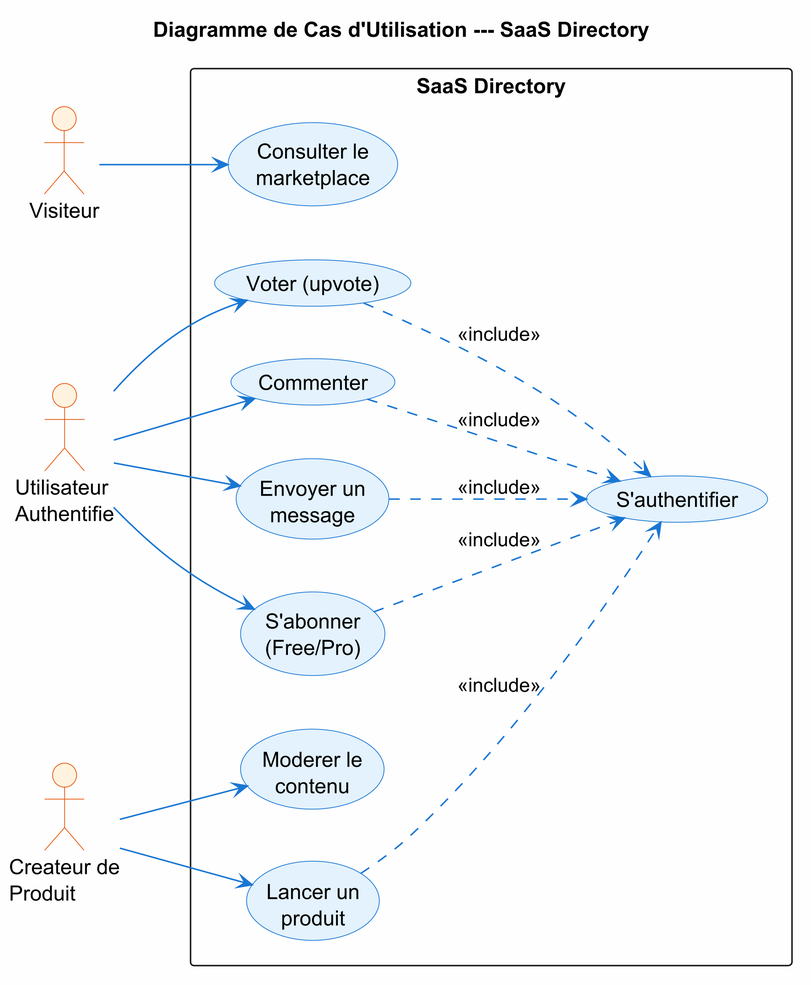
Above: latest-rapport-genie-logiciel/latex/assets/use_case.png in Zeinot/marketplace-saas (PlantUML), before the change.
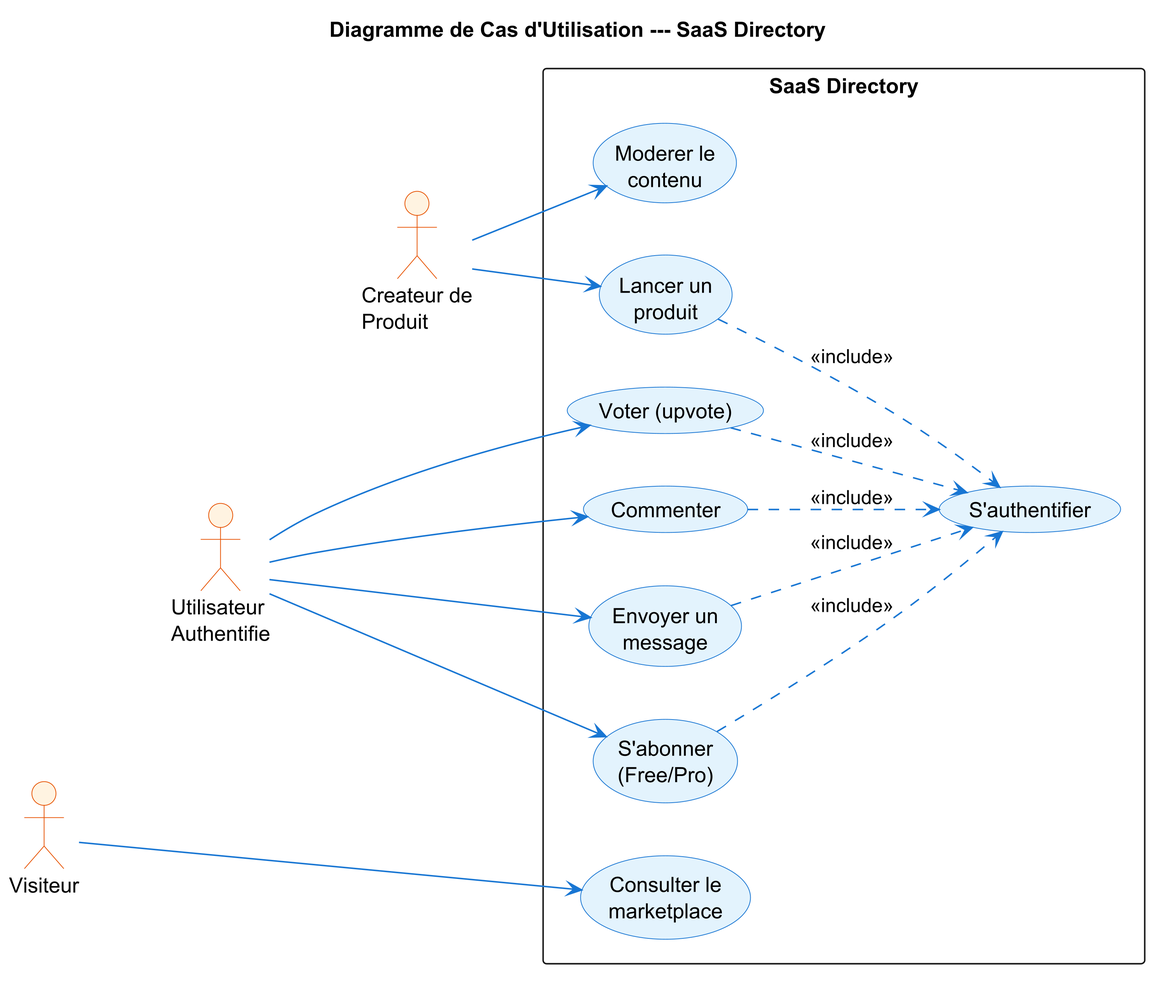
Later version of the same file.

Commit message:
rapport: use case paysage lisible, class diagram HD page dediee, sequence agrandi

Diff of the diagram source:
```diff
@@ -1,5 +1,6 @@
 @startuml
-scale 1.8
+scale 2.0
+skinparam dpi 200
 skinparam backgroundColor #FEFEFE
 skinparam usecase {
     BackgroundColor #E3F2FD
@@ -10,7 +11,6 @@
     BackgroundColor #FFF3E0
     BorderColor #E65100
 }
-skinparam dpi 200
 title Diagramme de Cas d'Utilisation --- SaaS Directory
 
 left to right direction
@@ -18,6 +18,9 @@
 actor "Visiteur" as Visiteur #FFF3E0
 actor "Utilisateur\nAuthentifie" as User #FFF3E0
 actor "Createur de\nProduit" as Creator #FFF3E0
+
+Visiteur -[hidden]-> User
+User -[hidden]-> Creator
 
 rectangle "SaaS Directory" {
     usecase "Consulter le\nmarketplace" as UC1
```
